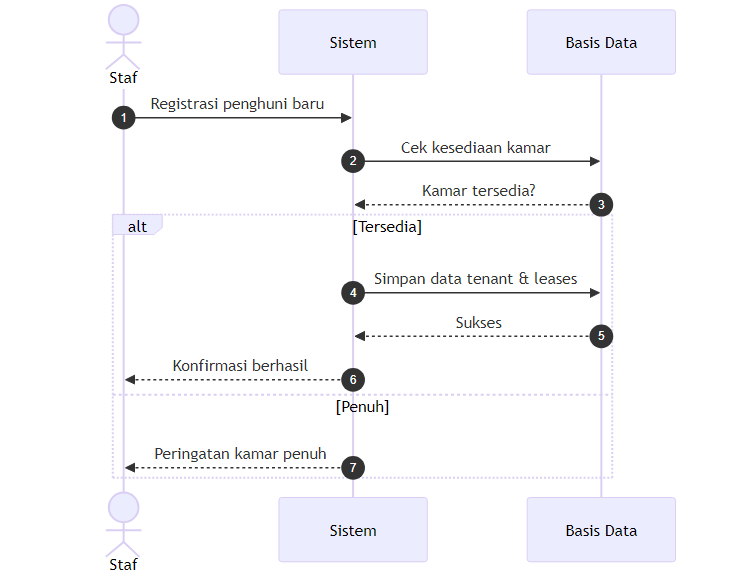
Above: docs/diagrams/4_sequence_diagram_manajemen_penghuni.png in ahmadyasser72/tem-2 (Mermaid), before the change. Its source is kept beside it as docs/diagrams/4_sequence_diagram_manajemen_penghuni.mmd.
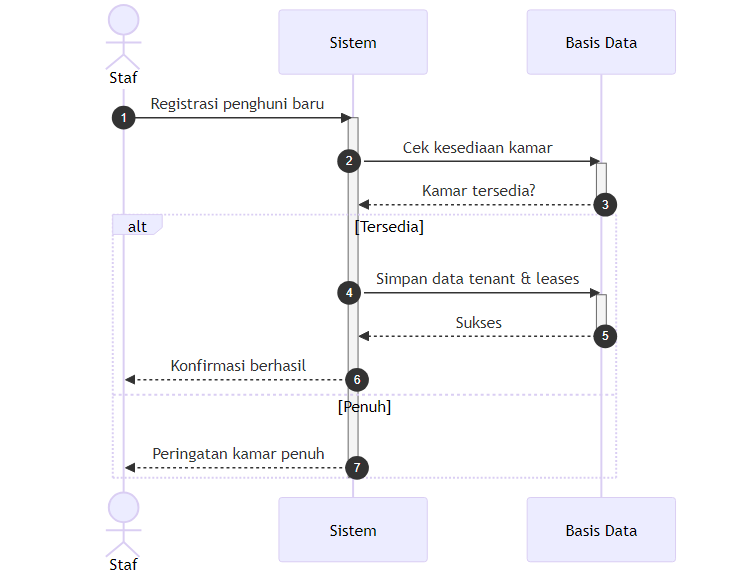
After the commit.

The edit, as a diff of the source:
```diff
@@ -5,13 +5,19 @@
     participant Basis Data
 
     Staf->>Sistem: Registrasi penghuni baru
+    activate Sistem
     Sistem->>Basis Data: Cek kesediaan kamar
+    activate Basis Data
     Basis Data-->>Sistem: Kamar tersedia?
+    deactivate Basis Data
 
     alt Tersedia
         Sistem->>Basis Data: Simpan data tenant & leases
+        activate Basis Data
         Basis Data-->>Sistem: Sukses
+        deactivate Basis Data
         Sistem-->>Staf: Konfirmasi berhasil
     else Penuh
         Sistem-->>Staf: Peringatan kamar penuh
     end
+    deactivate Sistem
```
